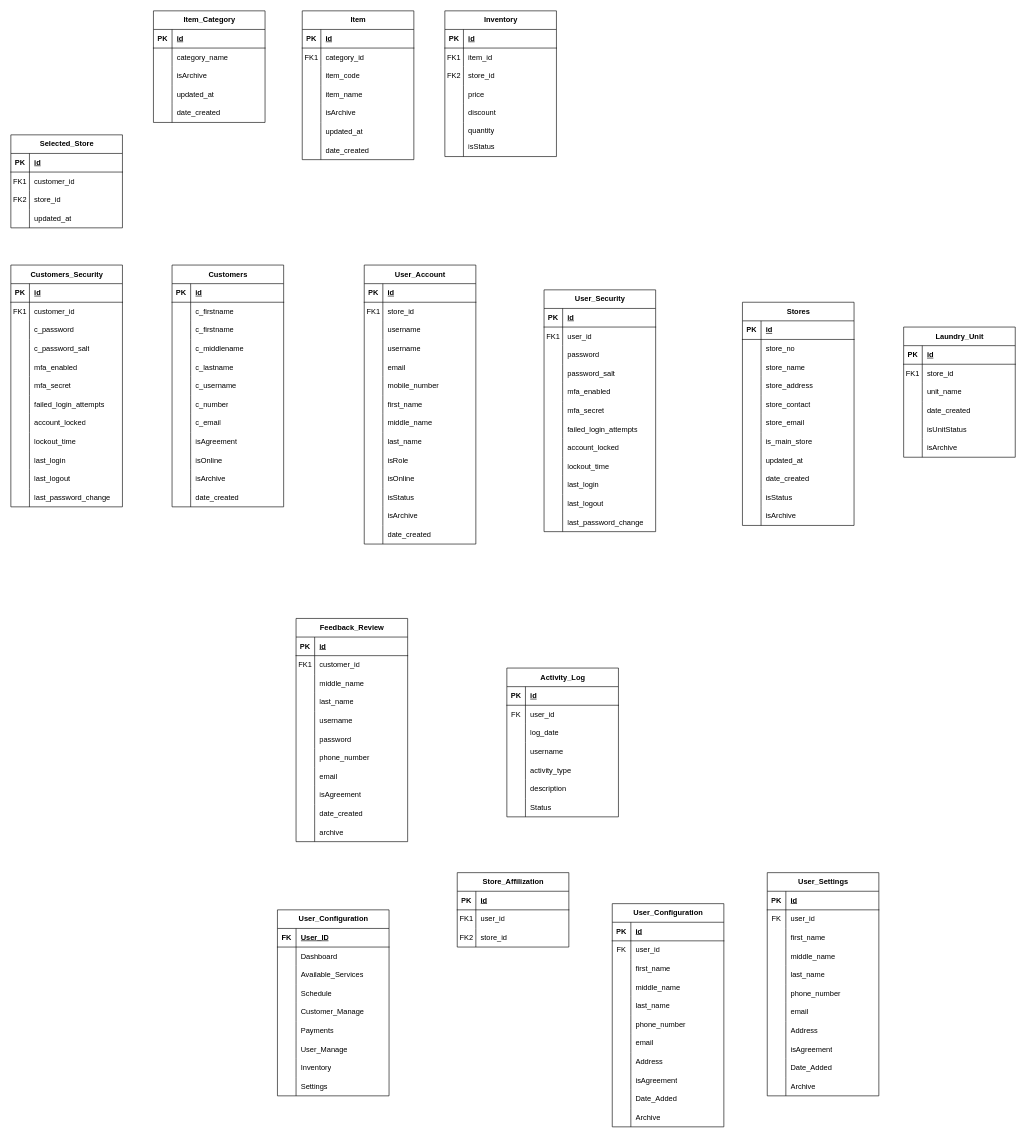
This is page "Page-3" (3 of 3) of Lizaso Laundry Hub ERD-Capstone.drawio from johnreynaldvelarde/Lizaso-Laundry-Hub-Website, a draw.io file, before an edit. Source tidied: cells renumbered, new cells numbered last; positions are measured from the earlier drawing's top-left corner, leaving out a move shared by most shapes. Both pictures are drawn from the tidied source at 62%, with x=0, y=0 at pixel (11, 11).
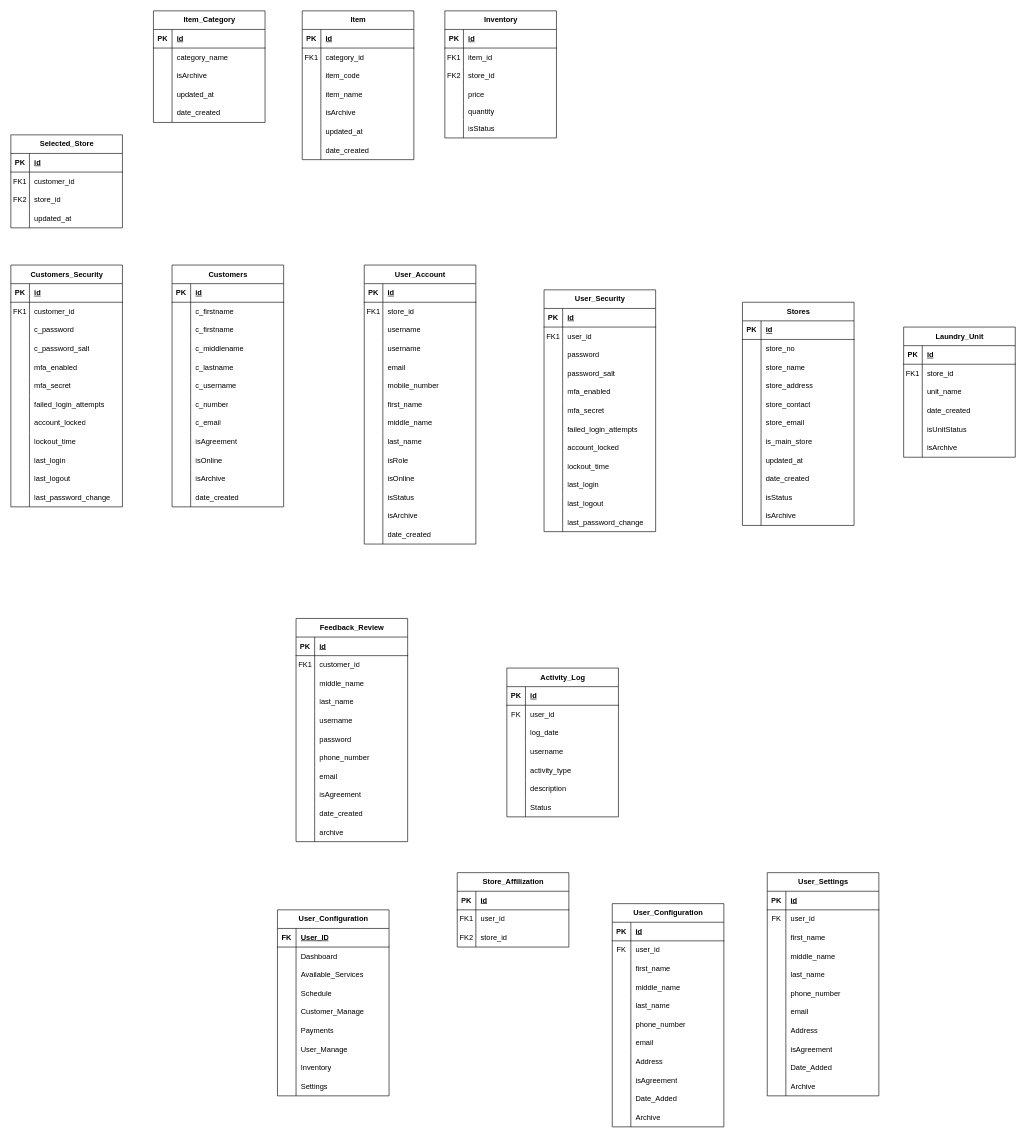
Above is the later version.

The edit, as a diff of the source:
```diff
@@
     <mxCell id="356" value="Inventory" style="shape=table;startSize=30;childLayout=tableLayout;rowLines=0;fontStyle=1;align=center;html=1;" parent="1" vertex="1">
-      <mxGeometry x="700" width="180" height="235" as="geometry" />
+      <mxGeometry x="700" width="180" height="205" as="geometry" />
     </mxCell>
@@
-    <mxCell id="369" style="shape=tableRow;horizontal=0;startSize=0;swimlaneHead=0;swimlaneBody=0;fillColor=none;top=0;left=0;right=0;bottom=0;" parent="356" vertex="1">
-      <mxGeometry y="150" width="180" height="30" as="geometry" />
-    </mxCell>
-    <mxCell id="370" style="shape=partialRectangle;fillColor=none;top=0;left=0;bottom=0;right=0;overflow=hidden;whiteSpace=wrap;html=1;" parent="369" vertex="1">
-      <mxGeometry width="30" height="30" as="geometry" />
-    </mxCell>
-    <mxCell id="371" value="discount" style="shape=partialRectangle;fillColor=none;top=0;left=0;bottom=0;right=0;align=left;spacingLeft=6;overflow=hidden;whiteSpace=wrap;html=1;" parent="369" vertex="1">
-      <mxGeometry x="30" width="150" height="30" as="geometry" />
-    </mxCell>
     <mxCell id="372" style="shape=tableRow;horizontal=0;startSize=0;swimlaneHead=0;swimlaneBody=0;fillColor=none;top=0;left=0;right=0;bottom=0;" parent="356" vertex="1">
-      <mxGeometry y="180" width="180" height="25" as="geometry" />
+      <mxGeometry y="150" width="180" height="25" as="geometry" />
     </mxCell>
@@
     <mxCell id="375" style="shape=tableRow;horizontal=0;startSize=0;swimlaneHead=0;swimlaneBody=0;fillColor=none;top=0;left=0;right=0;bottom=0;" parent="356" vertex="1">
-      <mxGeometry y="205" width="180" height="30" as="geometry" />
+      <mxGeometry y="175" width="180" height="30" as="geometry" />
     </mxCell>
```
